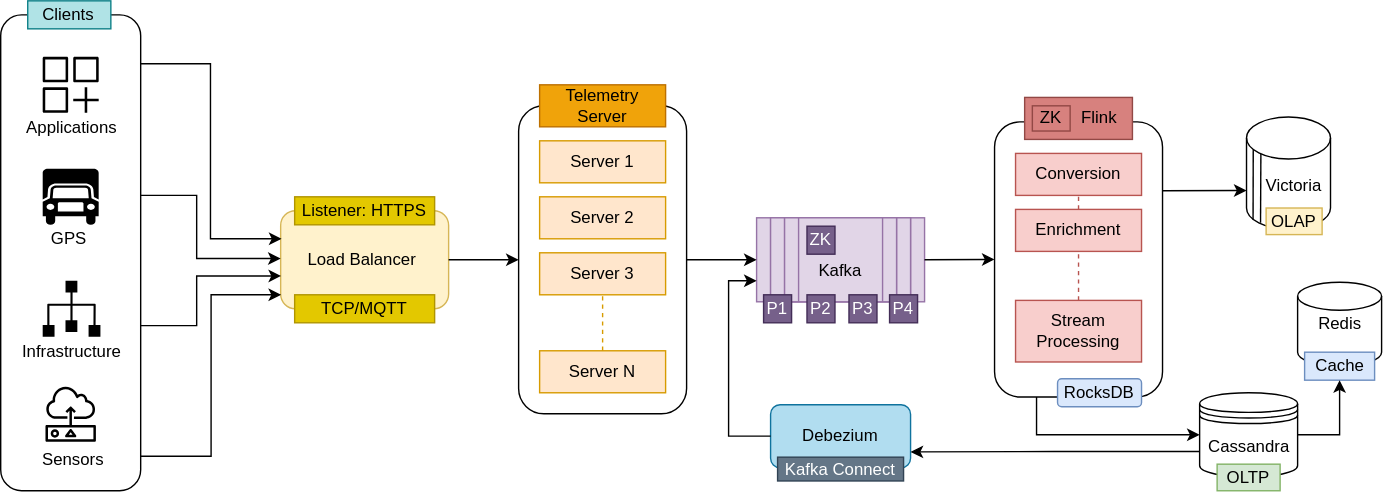
Before: assets/posts/telemetry/telemetry-architecture.svg, a diagram exported from draw.io (addu390/addu390.github.io). Source tidied: cells renumbered, new cells last; positions are measured from the earlier drawing's top-left corner, leaving out a move shared by most shapes. The source it was exported from:
```xml
<mxGraphModel>
  <root>
    <mxCell id="0" />
    <mxCell id="1" parent="0" />
    <mxCell id="2" value="Load Balancer&amp;nbsp;" style="rounded=1;whiteSpace=wrap;html=1;fillColor=#fff2cc;strokeColor=#d6b656;fillStyle=auto;" parent="1" vertex="1">
      <mxGeometry x="200" y="150" width="120" height="70" as="geometry" />
    </mxCell>
    <mxCell id="3" style="sketch=0;fontColor=#232F3E;gradientColor=none;fillColor=#000000;strokeColor=none;dashed=0;verticalLabelPosition=bottom;verticalAlign=top;align=center;html=1;fontSize=12;fontStyle=0;shape=mxgraph.aws4.generic_application;" parent="1" vertex="1">
      <mxGeometry x="30" y="40" width="40" height="40" as="geometry" />
    </mxCell>
    <mxCell id="4" style="shape=mxgraph.signs.transportation.truck_6;html=1;fillColor=#000000;strokeColor=none;verticalLabelPosition=bottom;verticalAlign=top;align=center;" parent="1" vertex="1">
      <mxGeometry x="30" y="120" width="40" height="40" as="geometry" />
    </mxCell>
    <mxCell id="5" style="sketch=0;shadow=0;dashed=0;html=1;strokeColor=none;fillColor=#000000;labelPosition=center;verticalLabelPosition=bottom;verticalAlign=top;align=center;shape=mxgraph.vvd.infrastructure;" parent="1" vertex="1">
      <mxGeometry x="30" y="200" width="41.2" height="40" as="geometry" />
    </mxCell>
    <mxCell id="6" style="sketch=0;fontColor=#232F3E;gradientColor=none;strokeColor=#000000;fillColor=#ffffff;dashed=0;verticalLabelPosition=bottom;verticalAlign=top;align=center;html=1;fontSize=12;fontStyle=0;shape=mxgraph.aws4.resourceIcon;resIcon=mxgraph.aws4.sensor;" parent="1" vertex="1">
      <mxGeometry x="25" y="270" width="50" height="50" as="geometry" />
    </mxCell>
    <mxCell id="7" style="endArrow=classic;html=1;rounded=0;entryX=0;entryY=0.5;entryDx=0;entryDy=0;edgeStyle=elbowEdgeStyle;exitX=0.997;exitY=0.854;exitDx=0;exitDy=0;exitPerimeter=0;" parent="1" edge="1">
      <mxGeometry relative="1" as="geometry">
        <mxPoint x="100" y="325.4" as="sourcePoint" />
        <mxPoint x="200.3" y="210" as="targetPoint" />
        <Array as="points">
          <mxPoint x="150.3" y="245" />
        </Array>
      </mxGeometry>
    </mxCell>
    <mxCell id="8" style="endArrow=classic;html=1;rounded=0;entryX=0;entryY=0.5;entryDx=0;entryDy=0;edgeStyle=elbowEdgeStyle;exitX=0.997;exitY=0.619;exitDx=0;exitDy=0;exitPerimeter=0;" parent="1" edge="1">
      <mxGeometry relative="1" as="geometry">
        <mxPoint x="100" y="232" as="sourcePoint" />
        <mxPoint x="200.3" y="196.5" as="targetPoint" />
        <Array as="points">
          <mxPoint x="140" y="211.5" />
        </Array>
      </mxGeometry>
    </mxCell>
    <mxCell id="9" style="endArrow=classic;html=1;rounded=0;entryX=0;entryY=0.5;entryDx=0;entryDy=0;edgeStyle=elbowEdgeStyle;exitX=1.001;exitY=0.382;exitDx=0;exitDy=0;exitPerimeter=0;" parent="1" edge="1">
      <mxGeometry relative="1" as="geometry">
        <mxPoint x="100.1" y="139" as="sourcePoint" />
        <mxPoint x="200" y="184.1" as="targetPoint" />
        <Array as="points">
          <mxPoint x="140" y="159.1" />
        </Array>
      </mxGeometry>
    </mxCell>
    <mxCell id="10" style="endArrow=classic;html=1;rounded=0;entryX=0;entryY=0.5;entryDx=0;entryDy=0;edgeStyle=elbowEdgeStyle;exitX=0.994;exitY=0.147;exitDx=0;exitDy=0;exitPerimeter=0;" parent="1" edge="1">
      <mxGeometry relative="1" as="geometry">
        <mxPoint x="100" y="45" as="sourcePoint" />
        <mxPoint x="200.6" y="170" as="targetPoint" />
      </mxGeometry>
    </mxCell>
    <mxCell id="11" style="rounded=1;whiteSpace=wrap;html=1;" parent="1" vertex="1">
      <mxGeometry x="370" y="75" width="120" height="220" as="geometry" />
    </mxCell>
    <mxCell id="12" value="Server 1" style="rounded=0;whiteSpace=wrap;html=1;fillColor=#ffe6cc;strokeColor=#d79b00;" parent="1" vertex="1">
      <mxGeometry x="385" y="100" width="90" height="30" as="geometry" />
    </mxCell>
    <mxCell id="13" value="Listener: HTTPS" style="rounded=0;whiteSpace=wrap;html=1;fillColor=#e3c800;strokeColor=#B09500;fontColor=#000000;" parent="1" vertex="1">
      <mxGeometry x="210" y="140" width="100" height="20" as="geometry" />
    </mxCell>
    <mxCell id="14" style="endArrow=classic;html=1;rounded=0;exitX=1;exitY=0.5;exitDx=0;exitDy=0;entryX=0;entryY=0.5;entryDx=0;entryDy=0;" parent="1" edge="1" source="2" target="11">
      <mxGeometry relative="1" as="geometry" />
    </mxCell>
    <mxCell id="15" value="Server 2" style="rounded=0;whiteSpace=wrap;html=1;fillColor=#ffe6cc;strokeColor=#d79b00;" parent="1" vertex="1">
      <mxGeometry x="385" y="140" width="90" height="30" as="geometry" />
    </mxCell>
    <mxCell id="16" value="Server 3" style="rounded=0;whiteSpace=wrap;html=1;fillColor=#ffe6cc;strokeColor=#d79b00;" parent="1" vertex="1">
      <mxGeometry x="385" y="180" width="90" height="30" as="geometry" />
    </mxCell>
    <mxCell id="17" value="Server N" style="rounded=0;whiteSpace=wrap;html=1;fillColor=#ffe6cc;strokeColor=#d79b00;" parent="1" vertex="1">
      <mxGeometry x="385" y="250" width="90" height="30" as="geometry" />
    </mxCell>
    <mxCell id="18" style="endArrow=none;html=1;rounded=0;entryX=0.5;entryY=1;entryDx=0;entryDy=0;exitX=0.5;exitY=0;exitDx=0;exitDy=0;strokeColor=#d79b00;dashed=1;fillColor=#ffe6cc;" parent="1" edge="1" source="17" target="16">
      <mxGeometry relative="1" as="geometry" />
    </mxCell>
    <mxCell id="19" value="Telemetry Server" style="rounded=0;whiteSpace=wrap;html=1;fillColor=#f0a30a;strokeColor=#BD7000;fontColor=#000000;" parent="1" vertex="1">
      <mxGeometry x="385" y="60" width="90" height="30" as="geometry" />
    </mxCell>
    <mxCell id="20" style="shape=process;whiteSpace=wrap;html=1;backgroundOutline=1;size=0.08333333333333333;fillColor=#e1d5e7;strokeColor=#9673a6;" parent="1" vertex="1">
      <mxGeometry x="540" y="155" width="120" height="60" as="geometry" />
    </mxCell>
    <mxCell id="21" style="shape=process;whiteSpace=wrap;html=1;backgroundOutline=1;size=0.1;fillColor=#e1d5e7;strokeColor=#9673a6;" parent="1" vertex="1">
      <mxGeometry x="550" y="155" width="100" height="60" as="geometry" />
    </mxCell>
    <mxCell id="22" style="shape=process;whiteSpace=wrap;html=1;backgroundOutline=1;size=0.125;fillColor=#e1d5e7;strokeColor=#9673a6;" parent="1" vertex="1">
      <mxGeometry x="560" y="155" width="80" height="60" as="geometry" />
    </mxCell>
    <mxCell id="23" style="endArrow=classic;html=1;rounded=0;exitX=1;exitY=0.5;exitDx=0;exitDy=0;entryX=0;entryY=0.5;entryDx=0;entryDy=0;" parent="1" edge="1" source="11" target="20">
      <mxGeometry relative="1" as="geometry" />
    </mxCell>
    <mxCell id="24" value="P1" style="rounded=0;whiteSpace=wrap;html=1;fillColor=#76608a;strokeColor=#432D57;fontColor=#ffffff;" parent="1" vertex="1">
      <mxGeometry x="545" y="210" width="20" height="20" as="geometry" />
    </mxCell>
    <mxCell id="25" value="P2" style="rounded=0;whiteSpace=wrap;html=1;fillColor=#76608a;strokeColor=#432D57;fontColor=#ffffff;" parent="1" vertex="1">
      <mxGeometry x="576" y="210" width="20" height="20" as="geometry" />
    </mxCell>
    <mxCell id="26" value="P3" style="rounded=0;whiteSpace=wrap;html=1;fillColor=#76608a;strokeColor=#432D57;fontColor=#ffffff;" parent="1" vertex="1">
      <mxGeometry x="606" y="210" width="20" height="20" as="geometry" />
    </mxCell>
    <mxCell id="27" value="P4" style="rounded=0;whiteSpace=wrap;html=1;fillColor=#76608a;strokeColor=#432D57;fontColor=#ffffff;" parent="1" vertex="1">
      <mxGeometry x="635" y="210" width="20" height="20" as="geometry" />
    </mxCell>
    <mxCell id="28" style="rounded=1;whiteSpace=wrap;html=1;" parent="1" vertex="1">
      <mxGeometry x="710" y="86.5" width="120" height="196.5" as="geometry" />
    </mxCell>
    <mxCell id="29" style="endArrow=classic;html=1;rounded=0;exitX=1;exitY=0.5;exitDx=0;exitDy=0;entryX=0;entryY=0.5;entryDx=0;entryDy=0;" parent="1" edge="1" source="20" target="28">
      <mxGeometry relative="1" as="geometry" />
    </mxCell>
    <mxCell id="30" value="Conversion" style="rounded=0;whiteSpace=wrap;html=1;fillColor=#f8cecc;strokeColor=#b85450;" parent="1" vertex="1">
      <mxGeometry x="725" y="109" width="90" height="30" as="geometry" />
    </mxCell>
    <mxCell id="31" value="Applications" style="text;html=1;align=center;verticalAlign=middle;whiteSpace=wrap;rounded=0;" parent="1" vertex="1">
      <mxGeometry x="21" y="76" width="60" height="30" as="geometry" />
    </mxCell>
    <mxCell id="32" value="GPS" style="text;html=1;align=center;verticalAlign=middle;whiteSpace=wrap;rounded=0;" parent="1" vertex="1">
      <mxGeometry x="19" y="155" width="60" height="30" as="geometry" />
    </mxCell>
    <mxCell id="33" value="Infrastructure" style="text;html=1;align=center;verticalAlign=middle;whiteSpace=wrap;rounded=0;" parent="1" vertex="1">
      <mxGeometry x="21" y="236" width="60" height="30" as="geometry" />
    </mxCell>
    <mxCell id="34" value="Sensors" style="text;html=1;align=center;verticalAlign=middle;whiteSpace=wrap;rounded=0;" parent="1" vertex="1">
      <mxGeometry x="22" y="313" width="60" height="30" as="geometry" />
    </mxCell>
    <mxCell id="35" style="rounded=0;whiteSpace=wrap;html=1;fillColor=#d7817e;strokeColor=#924845;" parent="1" vertex="1">
      <mxGeometry x="731.5" y="69" width="77" height="30" as="geometry" />
    </mxCell>
    <mxCell id="36" value="Enrichment" style="rounded=0;whiteSpace=wrap;html=1;fillColor=#f8cecc;strokeColor=#b85450;" parent="1" vertex="1">
      <mxGeometry x="725" y="149" width="90" height="30" as="geometry" />
    </mxCell>
    <mxCell id="37" value="Stream Processing" style="rounded=0;whiteSpace=wrap;html=1;fillColor=#f8cecc;strokeColor=#b85450;" parent="1" vertex="1">
      <mxGeometry x="725" y="214" width="90" height="44" as="geometry" />
    </mxCell>
    <mxCell id="38" value="ZK" style="rounded=0;whiteSpace=wrap;html=1;fillColor=#76608a;strokeColor=#432D57;fontColor=#ffffff;" parent="1" vertex="1">
      <mxGeometry x="576" y="161" width="20" height="20" as="geometry" />
    </mxCell>
    <mxCell id="39" value="Kafka" style="text;html=1;align=center;verticalAlign=middle;whiteSpace=wrap;rounded=0;" parent="1" vertex="1">
      <mxGeometry x="570" y="178" width="60" height="30" as="geometry" />
    </mxCell>
    <mxCell id="40" style="endArrow=none;html=1;rounded=0;entryX=0.5;entryY=1;entryDx=0;entryDy=0;exitX=0.5;exitY=0;exitDx=0;exitDy=0;fillColor=#f8cecc;strokeColor=#b85450;dashed=1;" parent="1" edge="1" source="37" target="36">
      <mxGeometry relative="1" as="geometry" />
    </mxCell>
    <mxCell id="41" style="endArrow=none;html=1;rounded=0;entryX=0.5;entryY=1;entryDx=0;entryDy=0;exitX=0.5;exitY=0;exitDx=0;exitDy=0;fillColor=#f8cecc;strokeColor=#b85450;dashed=1;" parent="1" edge="1" source="36" target="30">
      <mxGeometry relative="1" as="geometry" />
    </mxCell>
    <mxCell id="42" value="Cassandra" style="shape=datastore;whiteSpace=wrap;html=1;" parent="1" vertex="1">
      <mxGeometry x="856.5" y="280" width="70" height="60" as="geometry" />
    </mxCell>
    <mxCell id="43" style="shape=cylinder3;whiteSpace=wrap;html=1;boundedLbl=1;backgroundOutline=1;size=15;" parent="1" vertex="1">
      <mxGeometry x="890" y="83" width="60" height="80" as="geometry" />
    </mxCell>
    <mxCell id="44" value="Redis" style="strokeWidth=1;html=1;shape=mxgraph.flowchart.database;whiteSpace=wrap;" parent="1" vertex="1">
      <mxGeometry x="926.5" y="201" width="60" height="60" as="geometry" />
    </mxCell>
    <mxCell id="45" value="OLTP" style="rounded=0;whiteSpace=wrap;html=1;fillColor=#d5e8d4;strokeColor=#82b366;" parent="1" vertex="1">
      <mxGeometry x="869" y="331" width="45" height="19" as="geometry" />
    </mxCell>
    <mxCell id="46" value="Cache" style="rounded=0;whiteSpace=wrap;html=1;fillColor=#dae8fc;strokeColor=#6c8ebf;" parent="1" vertex="1">
      <mxGeometry x="931.5" y="251" width="50" height="20" as="geometry" />
    </mxCell>
    <mxCell id="47" style="endArrow=none;html=1;rounded=0;exitX=0.078;exitY=0.915;exitDx=0;exitDy=0;exitPerimeter=0;entryX=0.08;entryY=0.292;entryDx=0;entryDy=0;entryPerimeter=0;" parent="1" edge="1" source="43" target="43">
      <mxGeometry relative="1" as="geometry" />
    </mxCell>
    <mxCell id="48" style="endArrow=none;html=1;rounded=0;exitX=0.167;exitY=0.945;exitDx=0;exitDy=0;exitPerimeter=0;entryX=0.171;entryY=0.331;entryDx=0;entryDy=0;entryPerimeter=0;" parent="1" edge="1" source="43" target="43">
      <mxGeometry relative="1" as="geometry" />
    </mxCell>
    <mxCell id="49" value="OLAP" style="rounded=0;whiteSpace=wrap;html=1;fillColor=#fff2cc;strokeColor=#d6b656;" parent="1" vertex="1">
      <mxGeometry x="904" y="148" width="40" height="19" as="geometry" />
    </mxCell>
    <mxCell id="50" value="Victoria" style="text;html=1;align=center;verticalAlign=middle;whiteSpace=wrap;rounded=0;" parent="1" vertex="1">
      <mxGeometry x="894" y="117" width="60" height="30" as="geometry" />
    </mxCell>
    <mxCell id="51" value="RocksDB" style="rounded=1;whiteSpace=wrap;html=1;fillColor=#dae8fc;strokeColor=#6c8ebf;" parent="1" vertex="1">
      <mxGeometry x="755" y="270" width="60" height="20" as="geometry" />
    </mxCell>
    <mxCell id="52" style="rounded=1;whiteSpace=wrap;html=1;fillColor=none;" parent="1" vertex="1">
      <mxGeometry y="10" width="100" height="340" as="geometry" />
    </mxCell>
    <mxCell id="53" value="Clients" style="rounded=0;whiteSpace=wrap;html=1;fillColor=#b0e3e6;strokeColor=#0e8088;" parent="1" vertex="1">
      <mxGeometry x="19.3" width="59.4" height="20" as="geometry" />
    </mxCell>
    <mxCell id="54" value="Debezium" style="rounded=1;whiteSpace=wrap;html=1;fillColor=#b1ddf0;strokeColor=#10739e;" parent="1" vertex="1">
      <mxGeometry x="550" y="288.5" width="100" height="45" as="geometry" />
    </mxCell>
    <mxCell id="55" style="endArrow=classic;html=1;rounded=0;exitX=0.25;exitY=1;exitDx=0;exitDy=0;entryX=0;entryY=0.5;entryDx=0;entryDy=0;edgeStyle=elbowEdgeStyle;elbow=vertical;" parent="1" edge="1" source="28" target="42">
      <mxGeometry relative="1" as="geometry">
        <Array as="points">
          <mxPoint x="800" y="310" />
        </Array>
      </mxGeometry>
    </mxCell>
    <mxCell id="56" value="Kafka Connect" style="rounded=0;whiteSpace=wrap;html=1;fillColor=#647687;fontColor=#ffffff;strokeColor=#314354;" parent="1" vertex="1">
      <mxGeometry x="555" y="326" width="90" height="17" as="geometry" />
    </mxCell>
    <mxCell id="57" style="endArrow=classic;html=1;rounded=0;exitX=0;exitY=0.7;exitDx=0;exitDy=0;edgeStyle=elbowEdgeStyle;elbow=horizontal;entryX=1;entryY=0.75;entryDx=0;entryDy=0;" parent="1" edge="1" source="42" target="54">
      <mxGeometry relative="1" as="geometry" />
    </mxCell>
    <mxCell id="58" style="endArrow=classic;html=1;rounded=0;exitX=0;exitY=0.5;exitDx=0;exitDy=0;entryX=0;entryY=0.75;entryDx=0;entryDy=0;edgeStyle=elbowEdgeStyle;" parent="1" edge="1" source="54" target="20">
      <mxGeometry relative="1" as="geometry">
        <Array as="points">
          <mxPoint x="520" y="240" />
        </Array>
      </mxGeometry>
    </mxCell>
    <mxCell id="59" style="endArrow=classic;html=1;rounded=0;exitX=1;exitY=0.5;exitDx=0;exitDy=0;entryX=0.5;entryY=1;entryDx=0;entryDy=0;edgeStyle=elbowEdgeStyle;elbow=vertical;" parent="1" edge="1" source="42" target="46">
      <mxGeometry relative="1" as="geometry">
        <Array as="points">
          <mxPoint x="940" y="310" />
        </Array>
      </mxGeometry>
    </mxCell>
    <mxCell id="60" value="ZK" style="rounded=0;whiteSpace=wrap;html=1;fillColor=#d7817e;strokeColor=#924845;" parent="1" vertex="1">
      <mxGeometry x="737" y="75" width="27" height="18" as="geometry" />
    </mxCell>
    <mxCell id="61" value="Flink" style="text;html=1;align=center;verticalAlign=middle;whiteSpace=wrap;rounded=0;" parent="1" vertex="1">
      <mxGeometry x="755" y="69" width="60" height="30" as="geometry" />
    </mxCell>
    <mxCell id="62" value="TCP/MQTT" style="rounded=0;whiteSpace=wrap;html=1;fillColor=#e3c800;strokeColor=#B09500;fontColor=#000000;" parent="1" vertex="1">
      <mxGeometry x="210" y="210" width="100" height="20" as="geometry" />
    </mxCell>
    <mxCell id="63" style="endArrow=classic;html=1;rounded=0;exitX=1;exitY=0.25;exitDx=0;exitDy=0;entryX=0;entryY=0;entryDx=0;entryDy=52.5;entryPerimeter=0;" parent="1" edge="1" source="28" target="43">
      <mxGeometry relative="1" as="geometry" />
    </mxCell>
  </root>
</mxGraphModel>
```
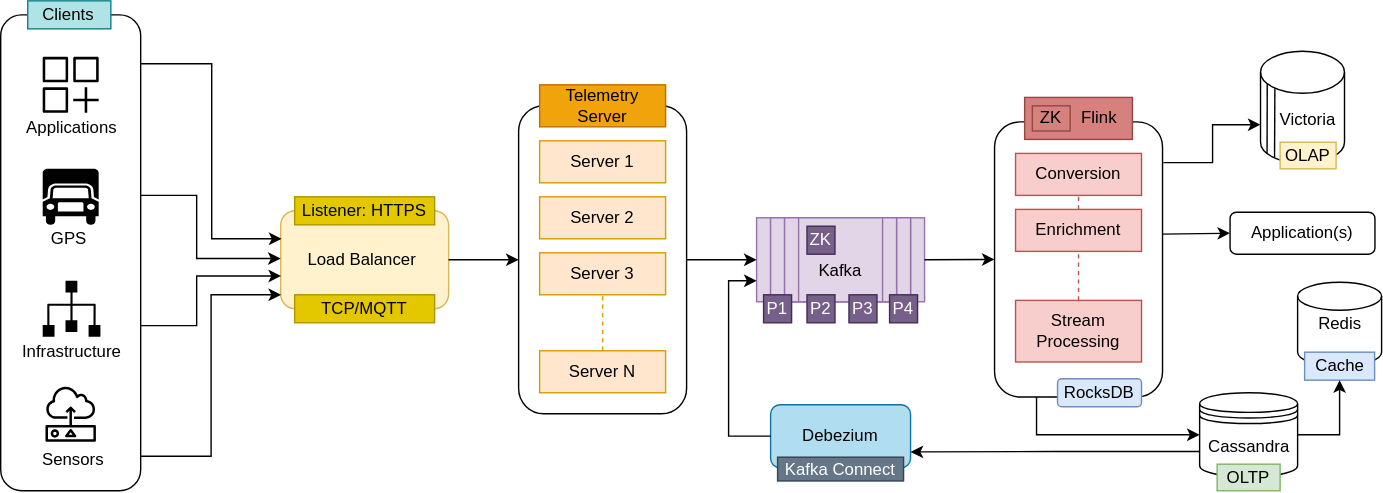
Later version of the same file.

Change to the diagram source:
```diff
@@ -147,7 +147,7 @@
       <mxGeometry x="856.5" y="280" width="70" height="60" as="geometry" />
     </mxCell>
     <mxCell id="43" style="shape=cylinder3;whiteSpace=wrap;html=1;boundedLbl=1;backgroundOutline=1;size=15;" parent="1" vertex="1">
-      <mxGeometry x="890" y="83" width="60" height="80" as="geometry" />
+      <mxGeometry x="900" y="36" width="60" height="80" as="geometry" />
     </mxCell>
     <mxCell id="44" value="Redis" style="strokeWidth=1;html=1;shape=mxgraph.flowchart.database;whiteSpace=wrap;" parent="1" vertex="1">
       <mxGeometry x="926.5" y="201" width="60" height="60" as="geometry" />
@@ -165,10 +165,10 @@
       <mxGeometry relative="1" as="geometry" />
     </mxCell>
     <mxCell id="49" value="OLAP" style="rounded=0;whiteSpace=wrap;html=1;fillColor=#fff2cc;strokeColor=#d6b656;" parent="1" vertex="1">
-      <mxGeometry x="904" y="148" width="40" height="19" as="geometry" />
+      <mxGeometry x="914" y="101" width="40" height="19" as="geometry" />
     </mxCell>
     <mxCell id="50" value="Victoria" style="text;html=1;align=center;verticalAlign=middle;whiteSpace=wrap;rounded=0;" parent="1" vertex="1">
-      <mxGeometry x="894" y="117" width="60" height="30" as="geometry" />
+      <mxGeometry x="904" y="70" width="60" height="30" as="geometry" />
     </mxCell>
     <mxCell id="51" value="RocksDB" style="rounded=1;whiteSpace=wrap;html=1;fillColor=#dae8fc;strokeColor=#6c8ebf;" parent="1" vertex="1">
       <mxGeometry x="755" y="270" width="60" height="20" as="geometry" />
@@ -218,8 +218,14 @@
     <mxCell id="62" value="TCP/MQTT" style="rounded=0;whiteSpace=wrap;html=1;fillColor=#e3c800;strokeColor=#B09500;fontColor=#000000;" parent="1" vertex="1">
       <mxGeometry x="210" y="210" width="100" height="20" as="geometry" />
     </mxCell>
-    <mxCell id="63" style="endArrow=classic;html=1;rounded=0;exitX=1;exitY=0.25;exitDx=0;exitDy=0;entryX=0;entryY=0;entryDx=0;entryDy=52.5;entryPerimeter=0;" parent="1" edge="1" source="28" target="43">
+    <mxCell id="63" style="endArrow=classic;html=1;rounded=0;exitX=1.005;exitY=0.148;exitDx=0;exitDy=0;entryX=0;entryY=0;entryDx=0;entryDy=52.5;entryPerimeter=0;exitPerimeter=0;edgeStyle=elbowEdgeStyle;" parent="1" edge="1" source="28" target="43">
       <mxGeometry relative="1" as="geometry" />
     </mxCell>
+    <mxCell id="64" value="Application(s)" style="rounded=1;whiteSpace=wrap;html=1;" parent="1" vertex="1">
+      <mxGeometry x="878.2" y="151" width="103.5" height="30" as="geometry" />
+    </mxCell>
+    <mxCell id="65" style="endArrow=classic;html=1;rounded=0;exitX=0.997;exitY=0.408;exitDx=0;exitDy=0;exitPerimeter=0;entryX=0;entryY=0.5;entryDx=0;entryDy=0;" parent="1" edge="1" source="28" target="64">
+      <mxGeometry relative="1" as="geometry" />
+    </mxCell>
   </root>
 </mxGraphModel>
```
